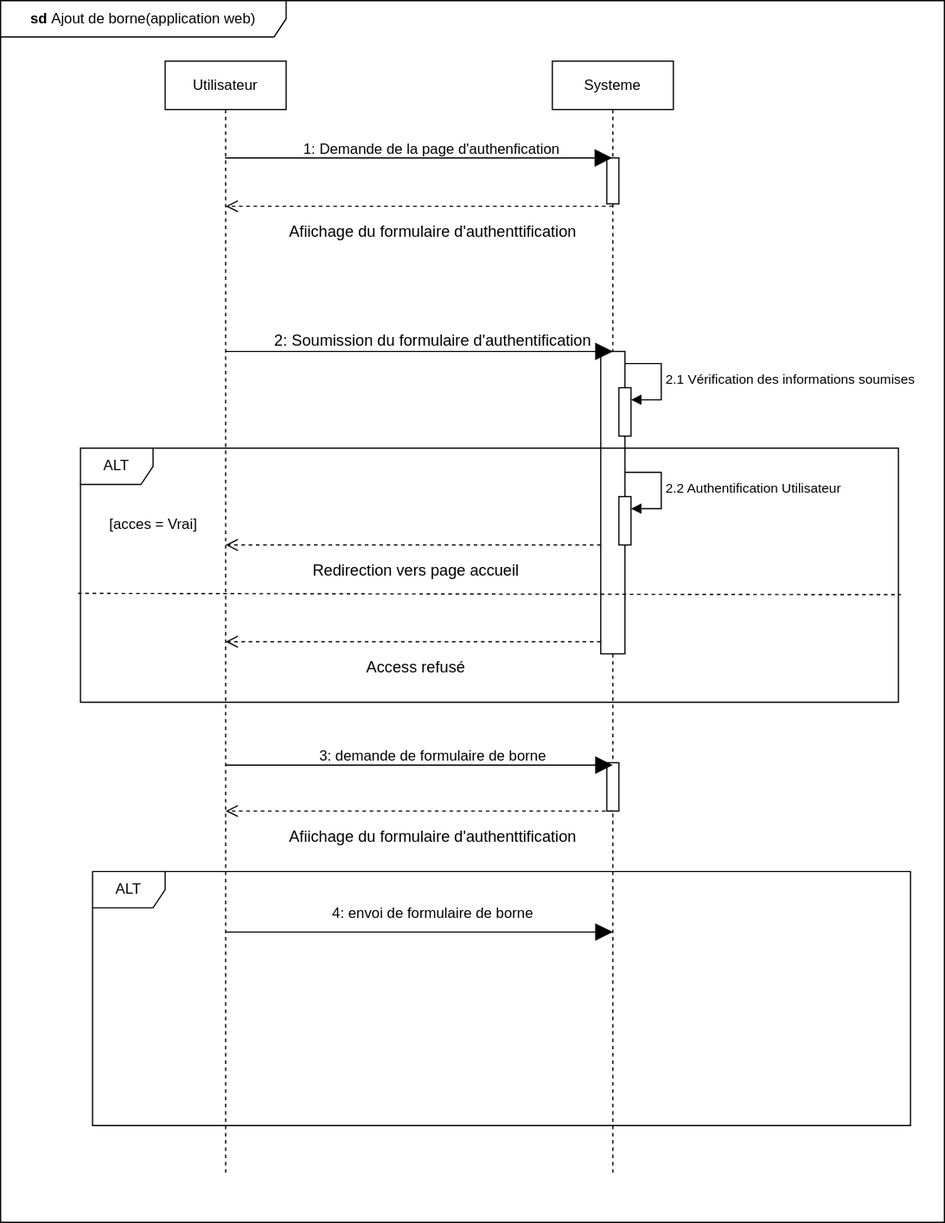
This is static/Diagramme de séquence ajout de borne dans flask .drawio.svg from Siluearsene/borne_biometrique, a draw.io export, as it was before one commit. Source tidied: cells renumbered, new cells last; positions are measured from the earlier drawing's top-left corner, leaving out a move shared by most shapes.
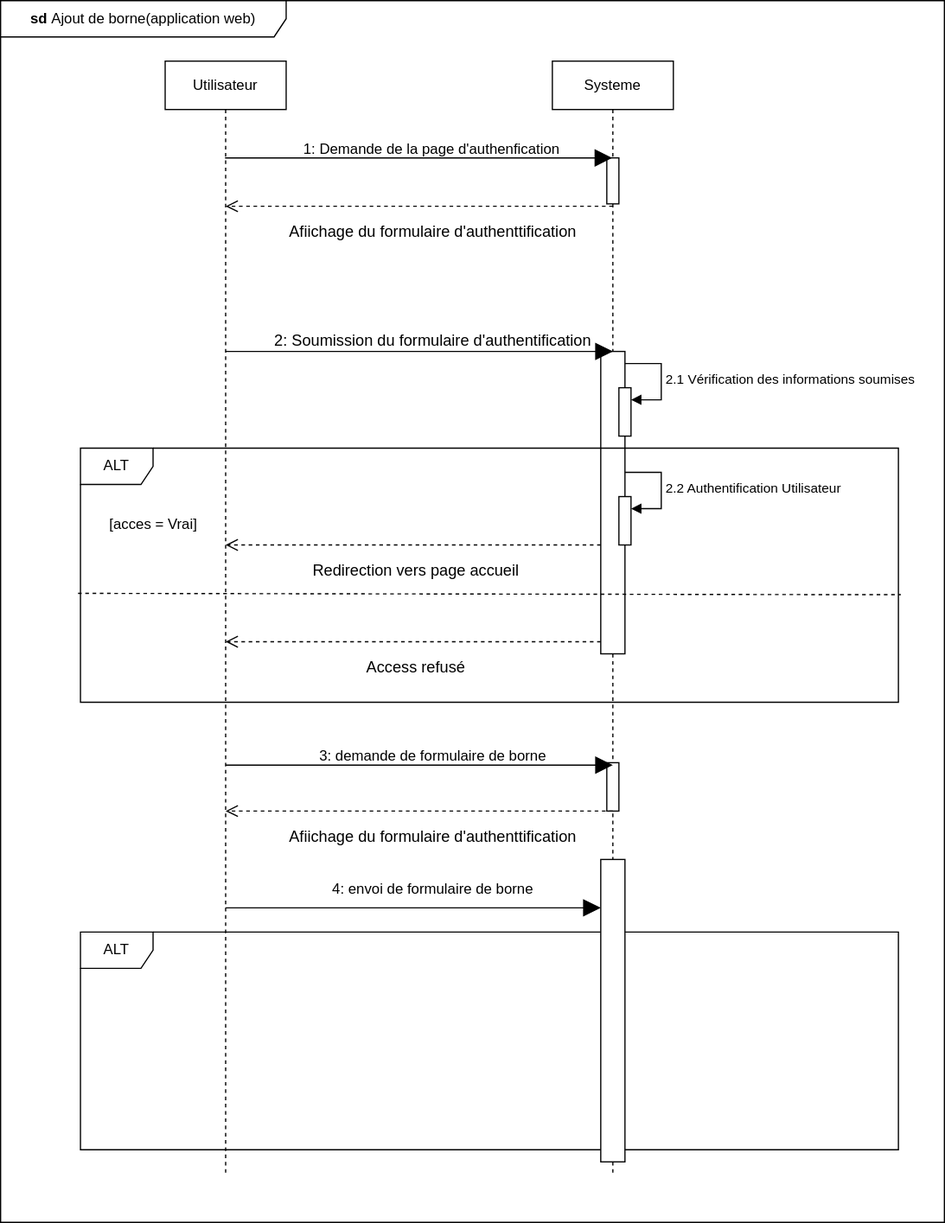
Later version of the same file.

Commit message:
Mettre à jour Diagramme de séquence ajout de borne dans flask .drawio.svg

Change to the diagram source:
```diff
@@ -141,17 +141,19 @@
         <mxPoint x="29" y="19" as="offset" />
       </mxGeometry>
     </mxCell>
-    <mxCell id="29" style="endArrow=block;endFill=1;endSize=12;html=1;rounded=0;" parent="1" edge="1">
+    <mxCell id="29" style="endArrow=block;endFill=1;endSize=12;html=1;rounded=0;" parent="1" edge="1" target="32">
       <mxGeometry relative="1" as="geometry">
-        <mxPoint x="186" y="770" as="sourcePoint" />
-        <mxPoint x="506" y="770" as="targetPoint" />
+        <mxPoint x="186" y="750" as="sourcePoint" />
       </mxGeometry>
     </mxCell>
     <mxCell id="30" value="4: envoi de formulaire de borne" style="text;html=1;align=center;verticalAlign=middle;strokeColor=none;fillColor=none;rounded=0;" parent="1" vertex="1">
-      <mxGeometry x="261.5" y="740" width="190" height="30" as="geometry" />
+      <mxGeometry x="261.5" y="720" width="190" height="30" as="geometry" />
     </mxCell>
     <mxCell id="31" value="ALT" style="shape=umlFrame;whiteSpace=wrap;html=1;" parent="1" vertex="1">
-      <mxGeometry x="76" y="720" width="676" height="210" as="geometry" />
+      <mxGeometry x="66" y="770" width="676" height="180" as="geometry" />
     </mxCell>
+    <mxCell id="32" style="html=1;points=[];perimeter=orthogonalPerimeter;outlineConnect=0;targetShapes=umlLifeline;portConstraint=eastwest;newEdgeStyle={&quot;edgeStyle&quot;:&quot;elbowEdgeStyle&quot;,&quot;elbow&quot;:&quot;vertical&quot;,&quot;curved&quot;:0,&quot;rounded&quot;:0};rounded=0;" parent="1" vertex="1">
+      <mxGeometry x="496" y="710" width="20" height="250" as="geometry" />
+    </mxCell>
   </root>
 </mxGraphModel>
```
